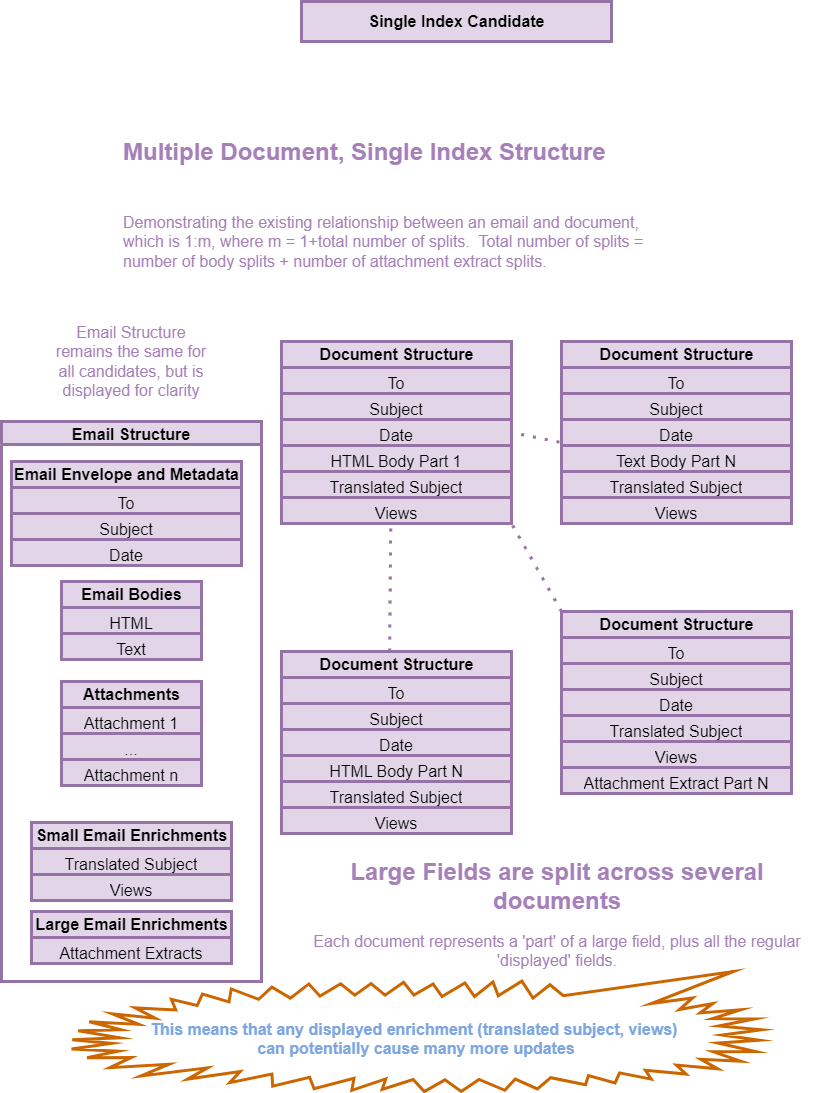
maybe-another-name/elastic-things keeps this draw.io diagram as notes/diagrams/single-index-candidate-editable.png. Above is the earlier version. Source tidied: cells renumbered, new cells last; positions are measured from the earlier drawing's top-left corner, leaving out a move shared by most shapes.
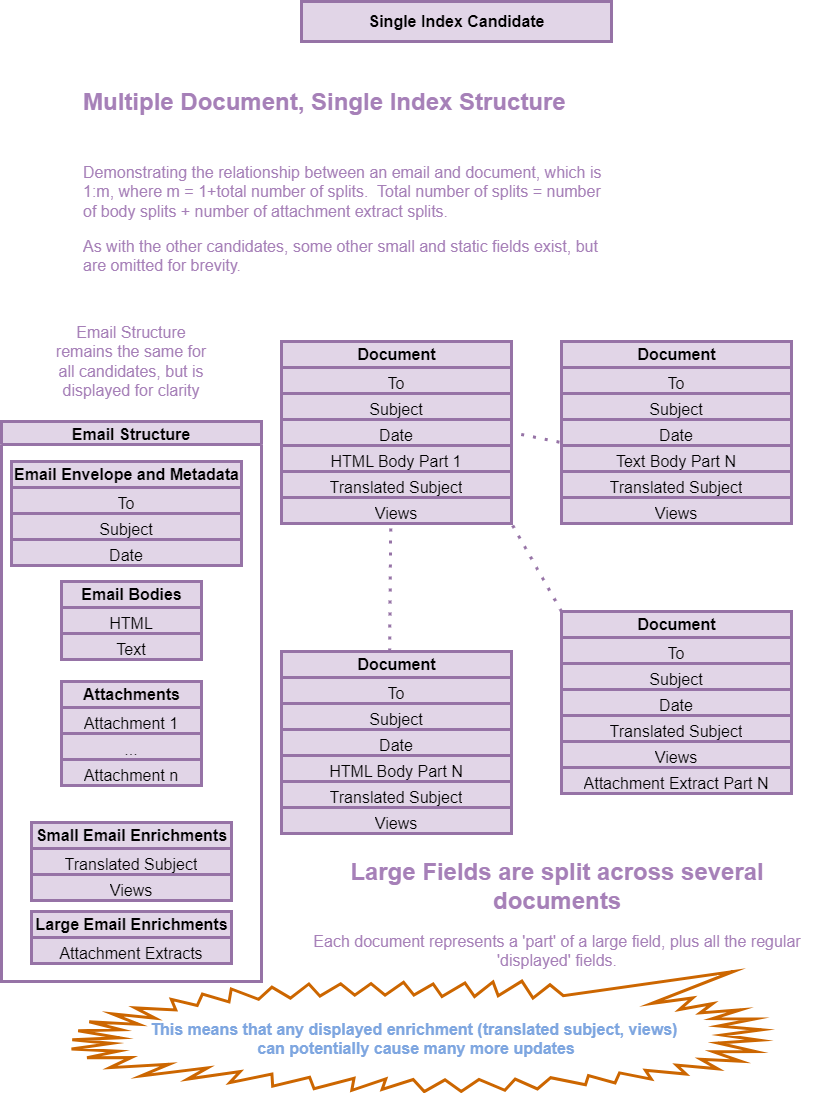
After the commit.

Commit message:
multi index candidate

Change to the diagram source:
```diff
@@ -5,8 +5,8 @@
     <mxCell id="2" value="Single Index Candidate" style="text;strokeColor=#9673a6;fillColor=#e1d5e7;html=1;fontSize=16;fontStyle=1;verticalAlign=middle;align=center;strokeWidth=3;" parent="1" vertex="1">
       <mxGeometry x="300" width="310" height="40" as="geometry" />
     </mxCell>
-    <mxCell id="3" value="&lt;h1 style=&quot;margin-top: 0px;&quot;&gt;Multiple Document, Single Index Structure&lt;/h1&gt;&lt;div&gt;&lt;br&gt;&lt;/div&gt;&lt;p style=&quot;font-size: 16px;&quot;&gt;&lt;font style=&quot;font-size: 16px;&quot;&gt;Demonstrating the existing relationship between an email and document, which is 1:m, where m = 1+total number of splits.&amp;nbsp; Total number of splits = number of body splits + number of attachment extract splits.&lt;/font&gt;&lt;/p&gt;&lt;p style=&quot;font-size: 16px;&quot;&gt;&lt;font style=&quot;font-size: 16px;&quot;&gt;As with the other candidates, some other small and static fields exist, but are omitted for brevity.&lt;/font&gt;&lt;/p&gt;" style="text;html=1;whiteSpace=wrap;overflow=hidden;rounded=0;fontColor=#A680B8;" parent="1" vertex="1">
-      <mxGeometry x="120" y="130" width="530" height="150" as="geometry" />
+    <mxCell id="3" value="&lt;h1 style=&quot;margin-top: 0px;&quot;&gt;Multiple Document, Single Index Structure&lt;/h1&gt;&lt;div&gt;&lt;br&gt;&lt;/div&gt;&lt;p style=&quot;font-size: 16px;&quot;&gt;&lt;font style=&quot;font-size: 16px;&quot;&gt;Demonstrating the relationship between an email and document, which is 1:m, where m = 1+total number of splits.&amp;nbsp; Total number of splits = number of body splits + number of attachment extract splits.&lt;/font&gt;&lt;/p&gt;&lt;p style=&quot;font-size: 16px;&quot;&gt;&lt;font style=&quot;font-size: 16px;&quot;&gt;As with the other candidates, some other small and static fields exist, but are omitted for brevity.&lt;/font&gt;&lt;/p&gt;" style="text;html=1;whiteSpace=wrap;overflow=hidden;rounded=0;fontColor=#A680B8;" parent="1" vertex="1">
+      <mxGeometry x="80" y="80" width="530" height="190" as="geometry" />
     </mxCell>
     <mxCell id="4" value="Email Structure" style="swimlane;fillColor=#e1d5e7;strokeColor=#9673a6;fontSize=16;strokeWidth=3;align=center;" parent="1" vertex="1">
       <mxGeometry y="420" width="260" height="560" as="geometry" />
@@ -59,7 +59,7 @@
     <mxCell id="20" value="Views" style="text;strokeColor=#9673a6;fillColor=#e1d5e7;align=center;verticalAlign=top;spacingLeft=4;spacingRight=4;overflow=hidden;whiteSpace=wrap;html=1;fontSize=16;strokeWidth=3;" parent="18" vertex="1">
       <mxGeometry y="52" width="200" height="26" as="geometry" />
     </mxCell>
-    <mxCell id="21" value="&lt;b&gt;Document Structure&lt;/b&gt;" style="swimlane;fontStyle=0;horizontal=1;startSize=26;fillColor=#e1d5e7;html=1;strokeColor=#9673a6;fontSize=16;strokeWidth=3;align=center;" parent="1" vertex="1">
+    <mxCell id="21" value="&lt;b&gt;Document&lt;/b&gt;" style="swimlane;fontStyle=0;horizontal=1;startSize=26;fillColor=#e1d5e7;html=1;strokeColor=#9673a6;fontSize=16;strokeWidth=3;align=center;" parent="1" vertex="1">
       <mxGeometry x="280" y="340" width="230" height="182" as="geometry" />
     </mxCell>
     <mxCell id="22" value="To" style="text;strokeColor=#9673a6;fillColor=#e1d5e7;align=center;verticalAlign=top;spacingLeft=4;spacingRight=4;overflow=hidden;whiteSpace=wrap;html=1;fontSize=16;strokeWidth=3;" parent="21" vertex="1">
@@ -83,7 +83,7 @@
     <mxCell id="28" value="&lt;font style=&quot;font-size: 16px;&quot; color=&quot;#a680b8&quot;&gt;Email Structure remains the same for all candidates, but is displayed for clarity&lt;/font&gt;" style="text;html=1;align=center;verticalAlign=middle;whiteSpace=wrap;rounded=0;" parent="1" vertex="1">
       <mxGeometry x="45" y="320" width="170" height="80" as="geometry" />
     </mxCell>
-    <mxCell id="29" value="&lt;b&gt;Document Structure&lt;/b&gt;" style="swimlane;fontStyle=0;horizontal=1;startSize=26;fillColor=#e1d5e7;html=1;strokeColor=#9673a6;fontSize=16;strokeWidth=3;align=center;" parent="1" vertex="1">
+    <mxCell id="29" value="&lt;b&gt;Document&lt;/b&gt;" style="swimlane;fontStyle=0;horizontal=1;startSize=26;fillColor=#e1d5e7;html=1;strokeColor=#9673a6;fontSize=16;strokeWidth=3;align=center;" parent="1" vertex="1">
       <mxGeometry x="280" y="650" width="230" height="182" as="geometry" />
     </mxCell>
     <mxCell id="30" value="To" style="text;strokeColor=#9673a6;fillColor=#e1d5e7;align=center;verticalAlign=top;spacingLeft=4;spacingRight=4;overflow=hidden;whiteSpace=wrap;html=1;fontSize=16;strokeWidth=3;" parent="29" vertex="1">
@@ -104,7 +104,7 @@
     <mxCell id="35" value="Views" style="text;strokeColor=#9673a6;fillColor=#e1d5e7;align=center;verticalAlign=top;spacingLeft=4;spacingRight=4;overflow=hidden;whiteSpace=wrap;html=1;fontSize=16;strokeWidth=3;" parent="29" vertex="1">
       <mxGeometry y="156" width="230" height="26" as="geometry" />
     </mxCell>
-    <mxCell id="36" value="&lt;b&gt;Document Structure&lt;/b&gt;" style="swimlane;fontStyle=0;horizontal=1;startSize=26;fillColor=#e1d5e7;html=1;strokeColor=#9673a6;fontSize=16;strokeWidth=3;align=center;" parent="1" vertex="1">
+    <mxCell id="36" value="&lt;b&gt;Document&lt;/b&gt;" style="swimlane;fontStyle=0;horizontal=1;startSize=26;fillColor=#e1d5e7;html=1;strokeColor=#9673a6;fontSize=16;strokeWidth=3;align=center;" parent="1" vertex="1">
       <mxGeometry x="560" y="340" width="230" height="182" as="geometry" />
     </mxCell>
     <mxCell id="37" value="To" style="text;strokeColor=#9673a6;fillColor=#e1d5e7;align=center;verticalAlign=top;spacingLeft=4;spacingRight=4;overflow=hidden;whiteSpace=wrap;html=1;fontSize=16;strokeWidth=3;" parent="36" vertex="1">
@@ -125,7 +125,7 @@
     <mxCell id="42" value="Views" style="text;strokeColor=#9673a6;fillColor=#e1d5e7;align=center;verticalAlign=top;spacingLeft=4;spacingRight=4;overflow=hidden;whiteSpace=wrap;html=1;fontSize=16;strokeWidth=3;" parent="36" vertex="1">
       <mxGeometry y="156" width="230" height="26" as="geometry" />
     </mxCell>
-    <mxCell id="43" value="&lt;b&gt;Document Structure&lt;/b&gt;" style="swimlane;fontStyle=0;horizontal=1;startSize=26;fillColor=#e1d5e7;html=1;strokeColor=#9673a6;fontSize=16;strokeWidth=3;align=center;" parent="1" vertex="1">
+    <mxCell id="43" value="&lt;b&gt;Document&lt;/b&gt;" style="swimlane;fontStyle=0;horizontal=1;startSize=26;fillColor=#e1d5e7;html=1;strokeColor=#9673a6;fontSize=16;strokeWidth=3;align=center;" parent="1" vertex="1">
       <mxGeometry x="560" y="610" width="230" height="182" as="geometry" />
     </mxCell>
     <mxCell id="44" value="To" style="text;strokeColor=#9673a6;fillColor=#e1d5e7;align=center;verticalAlign=top;spacingLeft=4;spacingRight=4;overflow=hidden;whiteSpace=wrap;html=1;fontSize=16;strokeWidth=3;" parent="43" vertex="1">
```
